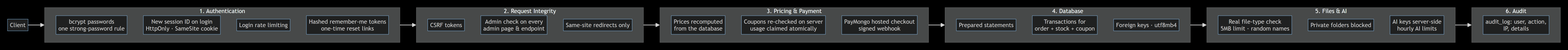
This is docs/system-architecture/security archi.png from kurooo-san/THREAD-AND-PRESS-HUB, a Mermaid export, as it was before one commit. Its source is kept beside it as docs/system-architecture/security archi.mmd.
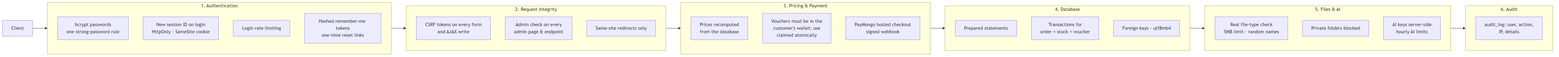
After the change.

Change to the diagram source:
```diff
@@ -10,7 +10,7 @@
     AU --> RQ
     subgraph RQ["2. Request Integrity"]
         direction TB
-        r1["CSRF tokens"]
+        r1["CSRF tokens on every form<br/>and AJAX write"]
         r2["Admin check on every<br/>admin page & endpoint"]
         r3["Same-site redirects only"]
     end
@@ -18,14 +18,14 @@
     subgraph PR["3. Pricing & Payment"]
         direction TB
         p1["Prices recomputed<br/>from the database"]
-        p2["Coupons re-checked on server<br/>usage claimed atomically"]
+        p2["Vouchers must be in the<br/>customer's wallet; use<br/>claimed atomically"]
         p3["PayMongo hosted checkout<br/>signed webhook"]
     end
     PR --> DB
     subgraph DB["4. Database"]
         direction TB
         d1["Prepared statements"]
-        d2["Transactions for<br/>order + stock + coupon"]
+        d2["Transactions for<br/>order + stock + voucher"]
         d3["Foreign keys · utf8mb4"]
     end
     DB --> FU
```
